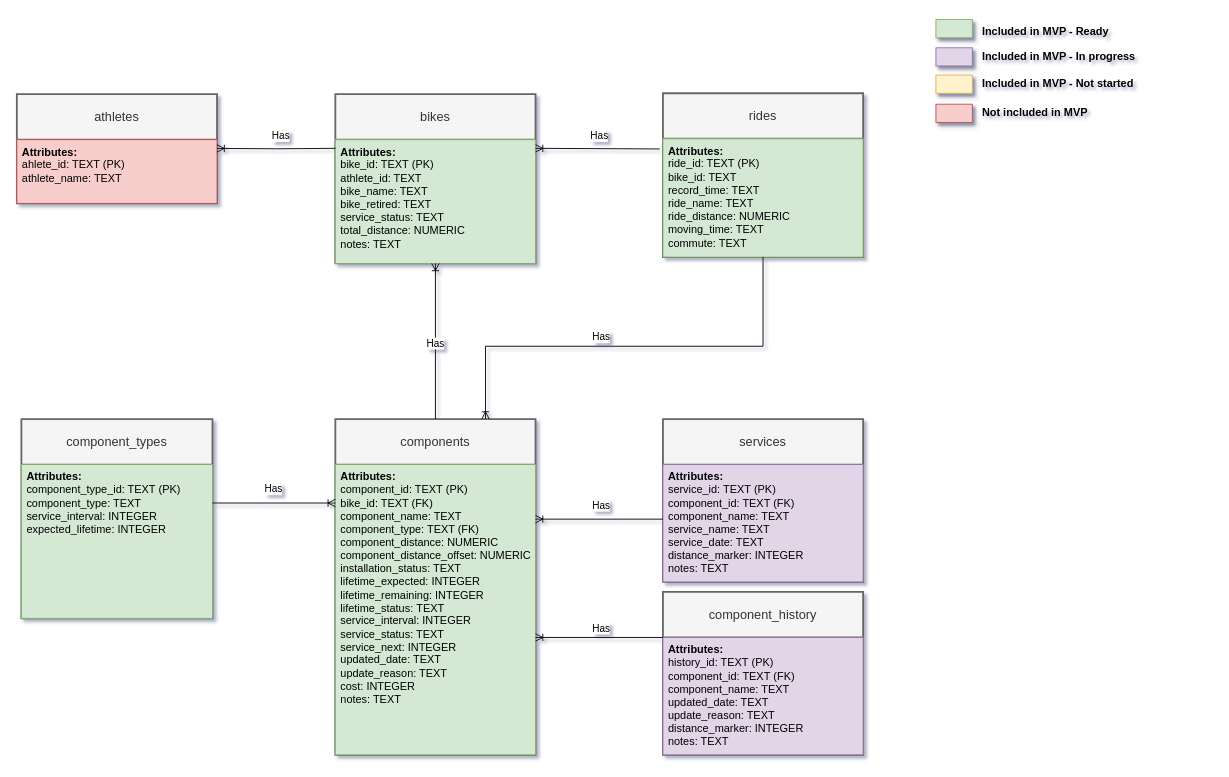
The draw.io diagram page "Database structure" (5 of 7) of docs/all_diagrams.drawio in xivind/velo-supervisor-2000, before the edit. Source tidied: cells renumbered, new cells numbered last; positions are measured from the earlier drawing's top-left corner, leaving out a move shared by most shapes. Both pictures are drawn from the tidied source at 91%, with x=0, y=0 at pixel (16, 17).
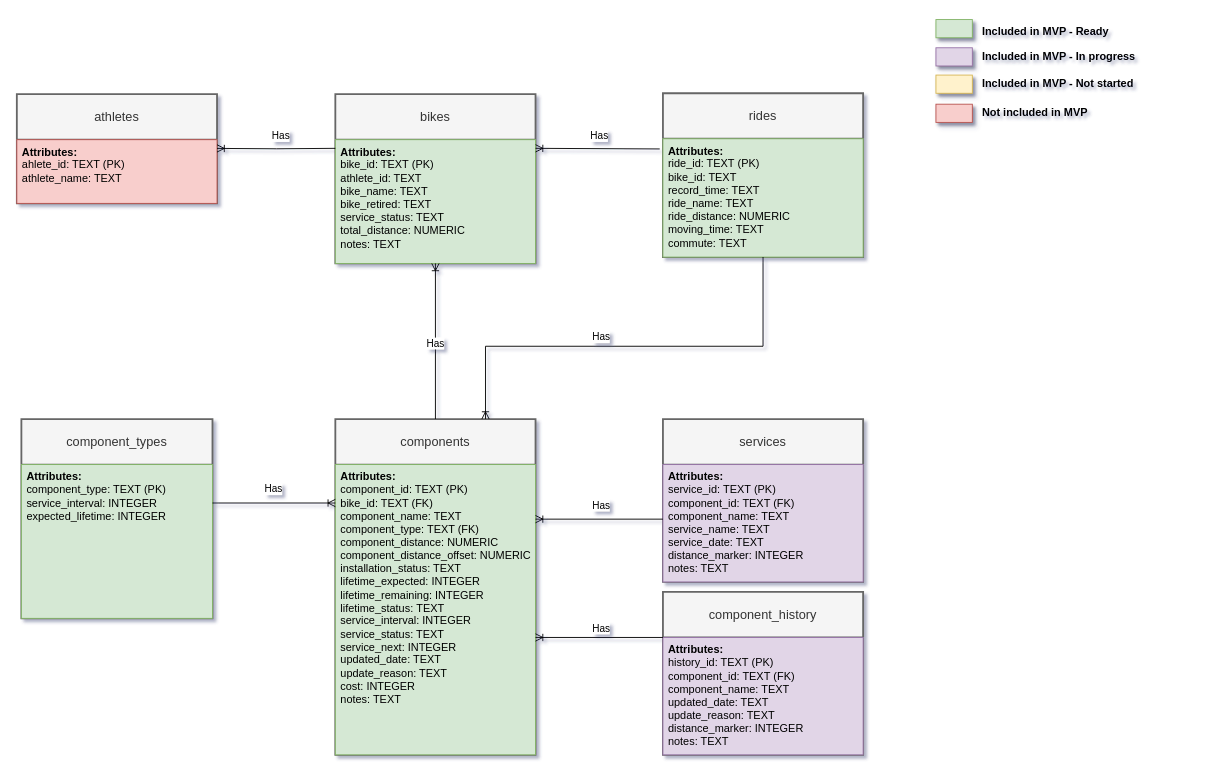
The same page after the edit.

The change refers to these unchanged cells:
```xml
<mxCell id="22" value="component_types" style="swimlane;horizontal=1;startSize=50;rounded=0;fontSize=14;fontStyle=0;strokeWidth=2;shadow=0;dashed=0;align=center;arcSize=0;whiteSpace=wrap;html=1;fillColor=#f5f5f5;strokeColor=#666666;fontColor=#333333;" parent="1" vertex="1">
  <mxGeometry x="5" y="441" width="210" height="219" as="geometry" />
</mxCell>
```

Diff of the diagram source:
```diff
@@
-    <mxCell id="23" value="&lt;div&gt;&lt;b&gt;Attributes:&lt;/b&gt;&lt;br&gt;&lt;/div&gt;&lt;div&gt;&lt;span style=&quot;background-color: initial;&quot;&gt;component_type_id&lt;/span&gt;&lt;span style=&quot;background-color: initial;&quot;&gt;: TEXT&lt;/span&gt;&lt;span style=&quot;background-color: initial;&quot;&gt;&amp;nbsp;(PK)&lt;/span&gt;&lt;br&gt;&lt;/div&gt;&lt;div&gt;&lt;span style=&quot;background-color: initial;&quot;&gt;component_type&lt;/span&gt;&lt;span style=&quot;background-color: initial;&quot;&gt;: TEXT&lt;/span&gt;&lt;span style=&quot;background-color: initial;&quot;&gt;&amp;nbsp;&lt;/span&gt;&lt;/div&gt;&lt;div&gt;service_interval&lt;span style=&quot;background-color: initial;&quot;&gt;: INTEGER&lt;/span&gt;&lt;/div&gt;&lt;div&gt;expected_lifetime&lt;span style=&quot;background-color: initial;&quot;&gt;:&amp;nbsp;&lt;/span&gt;&lt;span style=&quot;background-color: initial;&quot;&gt;INTEGER&lt;/span&gt;&lt;/div&gt;" style="align=left;spacingLeft=4;fontSize=12;verticalAlign=top;html=1;rounded=0;fillColor=#d5e8d4;strokeColor=#82b366;" parent="22" vertex="1">
+    <mxCell id="23" value="&lt;div&gt;&lt;b&gt;Attributes:&lt;/b&gt;&lt;br&gt;&lt;/div&gt;&lt;div&gt;&lt;span style=&quot;background-color: initial;&quot;&gt;component_type&lt;/span&gt;&lt;span style=&quot;background-color: initial;&quot;&gt;: TEXT&lt;/span&gt;&lt;span style=&quot;background-color: initial;&quot;&gt;&amp;nbsp;&lt;/span&gt;&lt;span style=&quot;background-color: initial;&quot;&gt;(PK)&lt;/span&gt;&lt;/div&gt;&lt;div&gt;service_interval&lt;span style=&quot;background-color: initial;&quot;&gt;: INTEGER&lt;/span&gt;&lt;/div&gt;&lt;div&gt;expected_lifetime&lt;span style=&quot;background-color: initial;&quot;&gt;:&amp;nbsp;&lt;/span&gt;&lt;span style=&quot;background-color: initial;&quot;&gt;INTEGER&lt;/span&gt;&lt;/div&gt;" style="align=left;spacingLeft=4;fontSize=12;verticalAlign=top;html=1;rounded=0;fillColor=#d5e8d4;strokeColor=#82b366;" parent="22" vertex="1">
       <mxGeometry y="50" width="210" height="169" as="geometry" />
     </mxCell>
```
